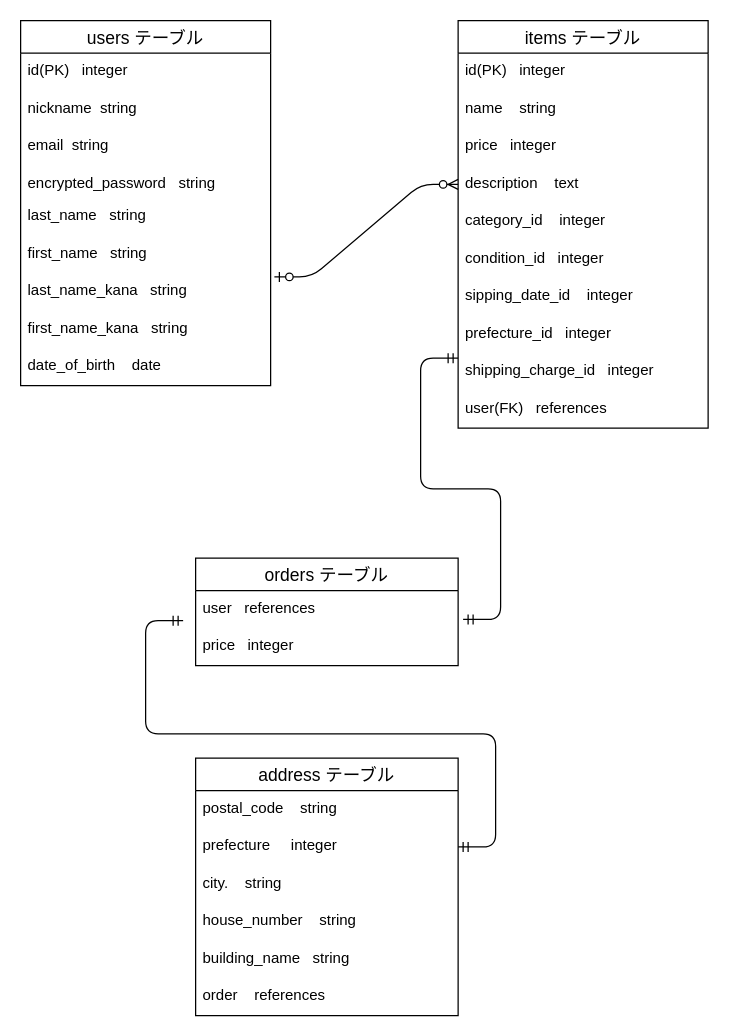
Before: ER.dio in chicattita/furima-39892, a draw.io diagram. Source tidied: cells renumbered, new cells numbered last; positions are measured from the earlier drawing's top-left corner, leaving out a move shared by most shapes. Both pictures are drawn from the tidied source at 125%, with x=0, y=0 at pixel (20, 20).
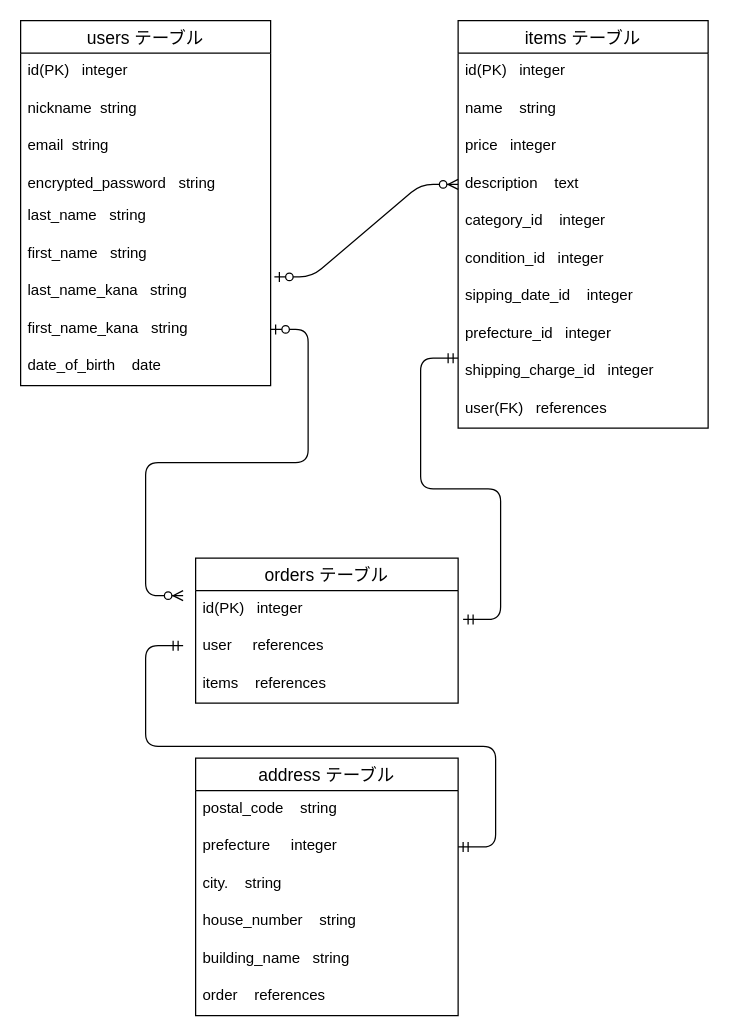
Above is the later version.

Commit message (it also covers changes not shown here):
DB設計の作成の修正

The change refers to these unchanged cells:
```xml
<mxCell id="10" value="first_name_kana   string" style="text;strokeColor=none;fillColor=none;spacingLeft=4;spacingRight=4;overflow=hidden;points=[[0,0.5],[1,0.5]];portConstraint=eastwest;fontSize=12;" parent="2" vertex="1">
  <mxGeometry y="232" width="200" height="30" as="geometry" />
</mxCell>
<mxCell id="30" value="prefecture     integer" style="text;strokeColor=none;fillColor=none;spacingLeft=4;spacingRight=4;overflow=hidden;points=[[0,0.5],[1,0.5]];portConstraint=eastwest;fontSize=12;" parent="28" vertex="1">
  <mxGeometry y="56" width="210" height="30" as="geometry" />
</mxCell>
```

What changed in the source:
```diff
@@
     <mxCell id="23" value="orders テーブル" style="swimlane;fontStyle=0;horizontal=1;startSize=26;align=center;fontSize=14;" parent="1" vertex="1">
-      <mxGeometry x="140" y="430" width="210" height="86" as="geometry" />
+      <mxGeometry x="140" y="430" width="210" height="116" as="geometry" />
     </mxCell>
-    <mxCell id="24" value="user   references" style="text;strokeColor=none;fillColor=none;spacingLeft=4;spacingRight=4;overflow=hidden;points=[[0,0.5],[1,0.5]];portConstraint=eastwest;fontSize=12;" parent="23" vertex="1">
+    <mxCell id="24" value="id(PK)   integer   " style="text;strokeColor=none;fillColor=none;spacingLeft=4;spacingRight=4;overflow=hidden;points=[[0,0.5],[1,0.5]];portConstraint=eastwest;fontSize=12;" parent="23" vertex="1">
       <mxGeometry y="26" width="210" height="30" as="geometry" />
     </mxCell>
+    <mxCell id="36" value="user     references    " style="text;strokeColor=none;fillColor=none;spacingLeft=4;spacingRight=4;overflow=hidden;fontSize=12;" parent="23" vertex="1">
+      <mxGeometry y="56" width="210" height="30" as="geometry" />
+    </mxCell>
-    <mxCell id="25" value="price   integer" style="text;strokeColor=none;fillColor=none;spacingLeft=4;spacingRight=4;overflow=hidden;fontSize=12;" parent="23" vertex="1">
-      <mxGeometry y="56" width="210" height="30" as="geometry" />
+    <mxCell id="25" value="items    references" style="text;strokeColor=none;fillColor=none;spacingLeft=4;spacingRight=4;overflow=hidden;fontSize=12;" parent="23" vertex="1">
+      <mxGeometry y="86" width="210" height="30" as="geometry" />
     </mxCell>
@@
     <mxCell id="35" style="edgeStyle=entityRelationEdgeStyle;fontSize=12;html=1;endArrow=ERmandOne;startArrow=ERmandOne;exitX=1;exitY=0.5;exitDx=0;exitDy=0;" parent="1" edge="1" source="30">
       <mxGeometry relative="1" as="geometry">
-        <mxPoint x="130" y="480" as="targetPoint" />
+        <mxPoint x="130" y="500" as="targetPoint" />
       </mxGeometry>
     </mxCell>
+    <mxCell id="37" style="edgeStyle=entityRelationEdgeStyle;fontSize=12;html=1;endArrow=ERzeroToMany;startArrow=ERzeroToOne;exitX=1;exitY=0.5;exitDx=0;exitDy=0;" parent="1" edge="1" source="10">
+      <mxGeometry relative="1" as="geometry">
+        <mxPoint x="130" y="460" as="targetPoint" />
+      </mxGeometry>
+    </mxCell>
```
